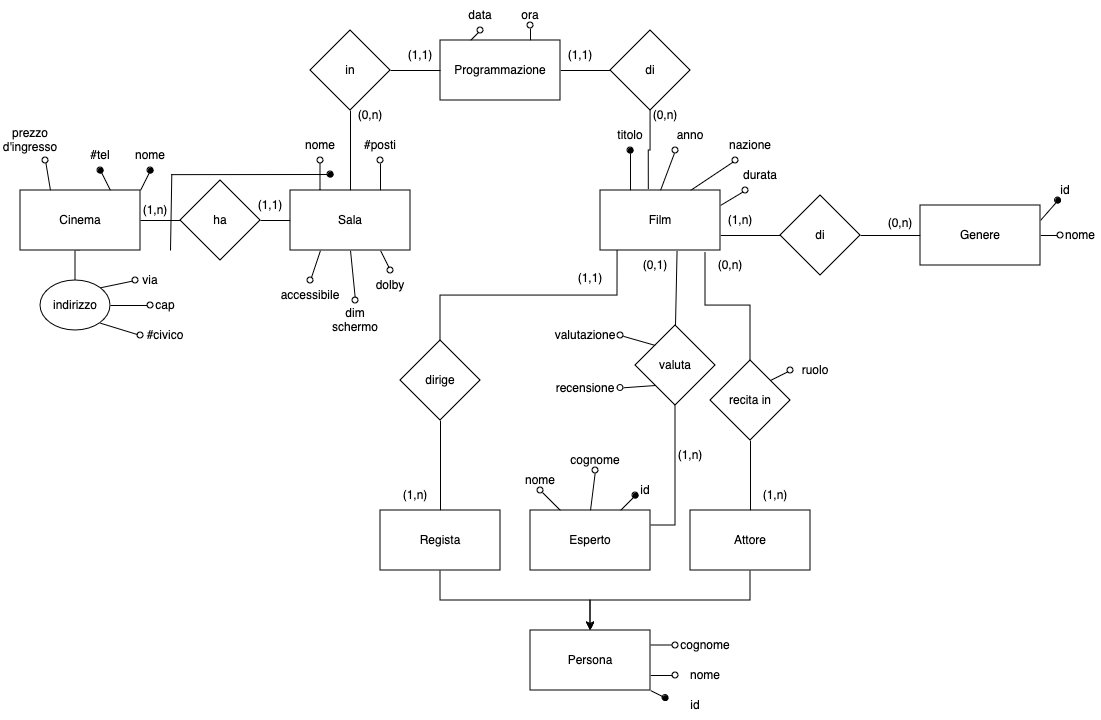
Earlier version of the draw.io export Cinema.drawio.png (GekkeijuITA/BD). Source tidied: cells renumbered, new cells last; positions are measured from the earlier drawing's top-left corner, leaving out a move shared by most shapes.
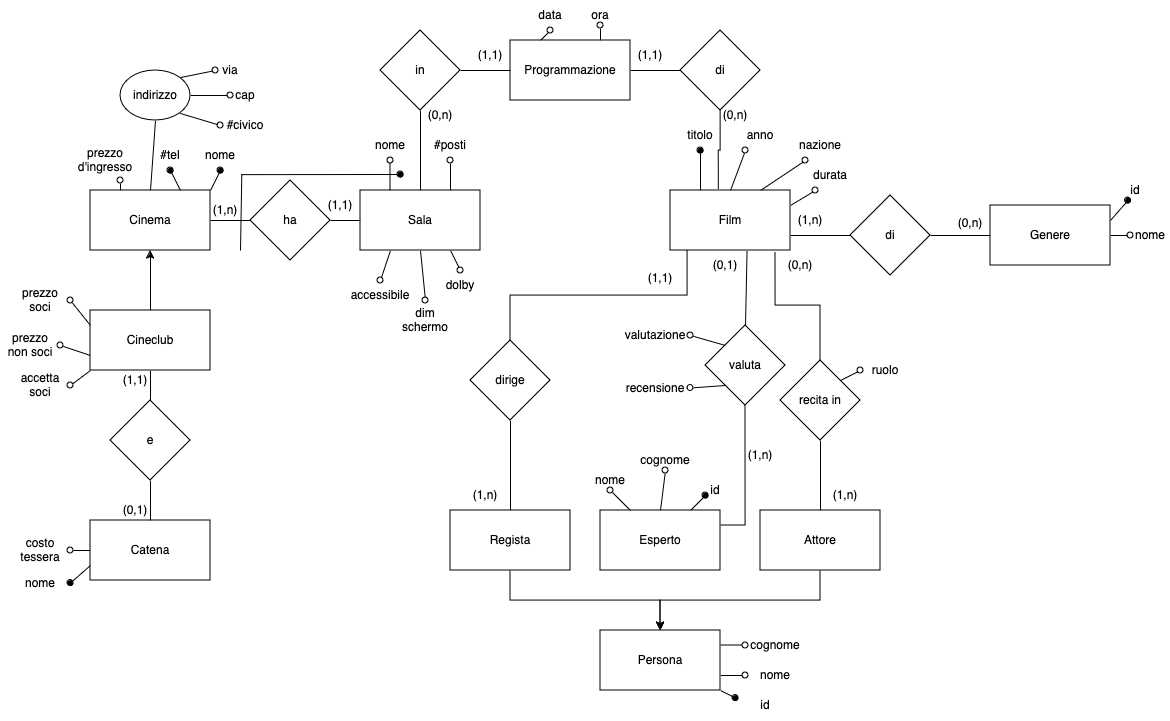
The same diagram one commit later.

Diff of the diagram source:
```diff
@@ -11,7 +11,7 @@
     <mxCell id="4" style="rounded=0;jettySize=auto;html=1;exitX=1;exitY=0;exitDx=0;exitDy=0;entryX=0.5;entryY=1;entryDx=0;entryDy=0;endArrow=oval;endFill=1;" parent="1" edge="1" source="6" target="75">
       <mxGeometry relative="1" as="geometry" />
     </mxCell>
-    <mxCell id="5" style="edgeStyle=orthogonalEdgeStyle;rounded=0;jettySize=auto;html=1;exitX=0.5;exitY=1;exitDx=0;exitDy=0;entryX=0.5;entryY=0;entryDx=0;entryDy=0;endArrow=none;endFill=0;" parent="1" edge="1" source="6" target="79">
+    <mxCell id="5" style="rounded=0;jettySize=auto;html=1;exitX=0.5;exitY=0;exitDx=0;exitDy=0;entryX=0.5;entryY=1;entryDx=0;entryDy=0;endArrow=none;endFill=0;" parent="1" edge="1" source="6" target="79">
       <mxGeometry relative="1" as="geometry" />
     </mxCell>
     <mxCell id="6" value="&lt;div&gt;Cinema&lt;/div&gt;" style="rounded=0;whiteSpace=wrap;html=1;" parent="1" vertex="1">
@@ -244,13 +244,13 @@
       <mxGeometry relative="1" as="geometry" />
     </mxCell>
     <mxCell id="79" value="&lt;div&gt;indirizzo&lt;/div&gt;" style="ellipse;whiteSpace=wrap;html=1;" parent="1" vertex="1">
-      <mxGeometry x="40" y="280" width="70" height="50" as="geometry" />
+      <mxGeometry x="50" y="70" width="70" height="50" as="geometry" />
     </mxCell>
     <mxCell id="80" value="#tel" style="text;html=1;align=center;verticalAlign=middle;whiteSpace=wrap;rounded=0;" parent="1" vertex="1">
       <mxGeometry x="70" y="140" width="60" height="30" as="geometry" />
     </mxCell>
     <mxCell id="81" value="prezzo d'ingresso" style="text;html=1;align=center;verticalAlign=middle;whiteSpace=wrap;rounded=0;" parent="1" vertex="1">
-      <mxGeometry y="120" width="60" height="40" as="geometry" />
+      <mxGeometry x="5" y="140" width="60" height="40" as="geometry" />
     </mxCell>
     <mxCell id="82" value="(1,n)" style="text;html=1;align=center;verticalAlign=middle;whiteSpace=wrap;rounded=0;" parent="1" vertex="1">
       <mxGeometry x="140" y="200" width="30" height="20" as="geometry" />
@@ -262,7 +262,7 @@
       <mxGeometry x="290" y="130" width="60" height="30" as="geometry" />
     </mxCell>
     <mxCell id="85" value="via" style="text;html=1;align=center;verticalAlign=middle;whiteSpace=wrap;rounded=0;" parent="1" vertex="1">
-      <mxGeometry x="135" y="270" width="30" height="20" as="geometry" />
+      <mxGeometry x="145" y="60" width="30" height="20" as="geometry" />
     </mxCell>
     <mxCell id="86" value="#posti" style="text;html=1;align=center;verticalAlign=middle;whiteSpace=wrap;rounded=0;" parent="1" vertex="1">
       <mxGeometry x="350" y="130" width="60" height="30" as="geometry" />
@@ -274,13 +274,13 @@
       <mxGeometry x="360" y="270" width="60" height="30" as="geometry" />
     </mxCell>
     <mxCell id="89" value="#civico" style="text;html=1;align=center;verticalAlign=middle;whiteSpace=wrap;rounded=0;" parent="1" vertex="1">
-      <mxGeometry x="140" y="330" width="50" height="10" as="geometry" />
+      <mxGeometry x="150" y="120" width="50" height="10" as="geometry" />
     </mxCell>
     <mxCell id="90" value="dim schermo" style="text;html=1;align=center;verticalAlign=middle;whiteSpace=wrap;rounded=0;" parent="1" vertex="1">
       <mxGeometry x="325" y="300" width="60" height="40" as="geometry" />
     </mxCell>
     <mxCell id="91" value="cap" style="text;html=1;align=center;verticalAlign=middle;whiteSpace=wrap;rounded=0;" parent="1" vertex="1">
-      <mxGeometry x="150" y="297.5" width="30" height="15" as="geometry" />
+      <mxGeometry x="160" y="87.5" width="30" height="15" as="geometry" />
     </mxCell>
     <mxCell id="92" style="endArrow=none;html=1;rounded=0;entryX=0.855;entryY=1.138;entryDx=0;entryDy=0;entryPerimeter=0;" parent="1" edge="1" target="75">
       <mxGeometry relative="1" as="geometry">
@@ -334,5 +334,59 @@
     <mxCell id="107" value="(1,1)" style="text;html=1;align=center;verticalAlign=middle;whiteSpace=wrap;rounded=0;" parent="1" vertex="1">
       <mxGeometry x="390" y="40" width="60" height="30" as="geometry" />
     </mxCell>
+    <mxCell id="108" style="rounded=0;jettySize=auto;html=1;exitX=0;exitY=0.75;exitDx=0;exitDy=0;entryX=1;entryY=0.5;entryDx=0;entryDy=0;endArrow=oval;endFill=0;" parent="1" edge="1" source="113" target="118">
+      <mxGeometry relative="1" as="geometry" />
+    </mxCell>
+    <mxCell id="109" style="rounded=0;jettySize=auto;html=1;exitX=0;exitY=0.25;exitDx=0;exitDy=0;entryX=1;entryY=0.5;entryDx=0;entryDy=0;endArrow=oval;endFill=0;" parent="1" edge="1" source="113" target="117">
+      <mxGeometry relative="1" as="geometry" />
+    </mxCell>
+    <mxCell id="110" style="edgeStyle=orthogonalEdgeStyle;rounded=0;jettySize=auto;html=1;exitX=0.5;exitY=1;exitDx=0;exitDy=0;entryX=0.5;entryY=0;entryDx=0;entryDy=0;endArrow=none;endFill=0;" parent="1" edge="1" source="113" target="122">
+      <mxGeometry relative="1" as="geometry" />
+    </mxCell>
+    <mxCell id="111" style="rounded=0;jettySize=auto;html=1;exitX=0;exitY=1;exitDx=0;exitDy=0;entryX=1;entryY=0.5;entryDx=0;entryDy=0;endArrow=oval;endFill=0;" parent="1" edge="1" source="113" target="125">
+      <mxGeometry relative="1" as="geometry" />
+    </mxCell>
+    <mxCell id="112" style="edgeStyle=orthogonalEdgeStyle;rounded=0;jettySize=auto;html=1;exitX=0.5;exitY=0;exitDx=0;exitDy=0;entryX=0.5;entryY=1;entryDx=0;entryDy=0;" parent="1" edge="1" source="113" target="6">
+      <mxGeometry relative="1" as="geometry" />
+    </mxCell>
+    <mxCell id="113" value="Cineclub" style="rounded=0;whiteSpace=wrap;html=1;" parent="1" vertex="1">
+      <mxGeometry x="20" y="310" width="120" height="60" as="geometry" />
+    </mxCell>
+    <mxCell id="114" style="rounded=0;jettySize=auto;html=1;exitX=0;exitY=0.5;exitDx=0;exitDy=0;entryX=1;entryY=0.5;entryDx=0;entryDy=0;endArrow=oval;endFill=0;" parent="1" edge="1" source="116" target="119">
+      <mxGeometry relative="1" as="geometry" />
+    </mxCell>
+    <mxCell id="115" style="rounded=0;jettySize=auto;html=1;exitX=0;exitY=0.75;exitDx=0;exitDy=0;entryX=1;entryY=0.5;entryDx=0;entryDy=0;endArrow=oval;endFill=1;" parent="1" edge="1" source="116" target="120">
+      <mxGeometry relative="1" as="geometry" />
+    </mxCell>
+    <mxCell id="116" value="Catena" style="rounded=0;whiteSpace=wrap;html=1;" parent="1" vertex="1">
+      <mxGeometry x="20" y="520" width="120" height="60" as="geometry" />
+    </mxCell>
+    <mxCell id="117" value="prezzo soci" style="text;html=1;align=center;verticalAlign=middle;whiteSpace=wrap;rounded=0;" parent="1" vertex="1">
+      <mxGeometry x="-60" y="280" width="60" height="40" as="geometry" />
+    </mxCell>
+    <mxCell id="118" value="prezzo non soci" style="text;html=1;align=center;verticalAlign=middle;whiteSpace=wrap;rounded=0;" parent="1" vertex="1">
+      <mxGeometry x="-70" y="325" width="60" height="40" as="geometry" />
+    </mxCell>
+    <mxCell id="119" value="costo tessera" style="text;html=1;align=center;verticalAlign=middle;whiteSpace=wrap;rounded=0;" parent="1" vertex="1">
+      <mxGeometry x="-60" y="530" width="60" height="40" as="geometry" />
+    </mxCell>
+    <mxCell id="120" value="nome" style="text;html=1;align=center;verticalAlign=middle;whiteSpace=wrap;rounded=0;" parent="1" vertex="1">
+      <mxGeometry x="-60" y="562.5" width="60" height="40" as="geometry" />
+    </mxCell>
+    <mxCell id="121" style="edgeStyle=orthogonalEdgeStyle;rounded=0;jettySize=auto;html=1;exitX=0.5;exitY=1;exitDx=0;exitDy=0;entryX=0.5;entryY=0;entryDx=0;entryDy=0;endArrow=none;endFill=0;" parent="1" edge="1" source="122" target="116">
+      <mxGeometry relative="1" as="geometry" />
+    </mxCell>
+    <mxCell id="122" value="e" style="rhombus;whiteSpace=wrap;html=1;rounded=0;" parent="1" vertex="1">
+      <mxGeometry x="40" y="400" width="80" height="80" as="geometry" />
+    </mxCell>
+    <mxCell id="123" value="(0,1)" style="text;html=1;align=center;verticalAlign=middle;whiteSpace=wrap;rounded=0;" parent="1" vertex="1">
+      <mxGeometry x="50" y="500" width="30" height="20" as="geometry" />
+    </mxCell>
+    <mxCell id="124" value="(1,1)" style="text;html=1;align=center;verticalAlign=middle;whiteSpace=wrap;rounded=0;" parent="1" vertex="1">
+      <mxGeometry x="50" y="370" width="30" height="20" as="geometry" />
+    </mxCell>
+    <mxCell id="125" value="accetta soci" style="text;html=1;align=center;verticalAlign=middle;whiteSpace=wrap;rounded=0;" parent="1" vertex="1">
+      <mxGeometry x="-60" y="365" width="60" height="40" as="geometry" />
+    </mxCell>
   </root>
 </mxGraphModel>
```
